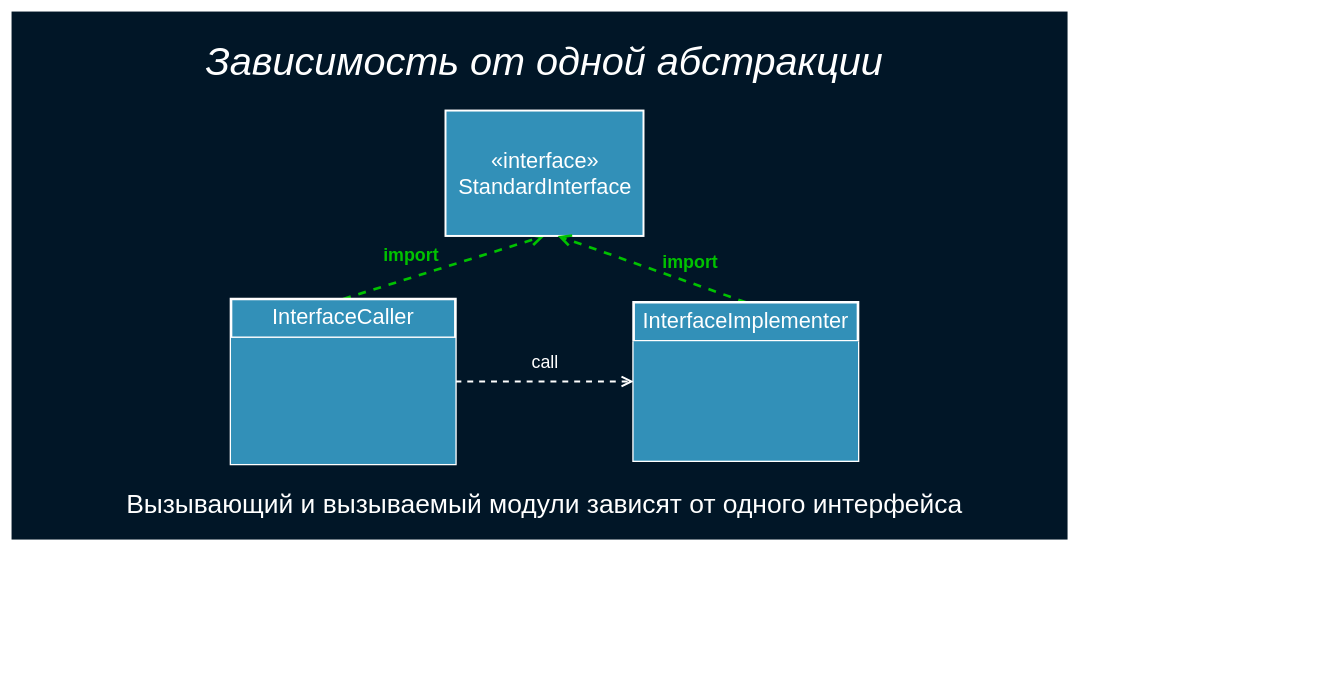
AlexanderLapygin/ca-react-rest-api-starter keeps this draw.io diagram as deck/ru/diagrams/template.drawio. Above is the earlier version. Source tidied: cells renumbered, new cells numbered last; positions are measured from the earlier drawing's top-left corner, leaving out a move shared by most shapes. Both pictures are drawn from the tidied source at 66%, with x=0, y=0 at pixel (11, 11).
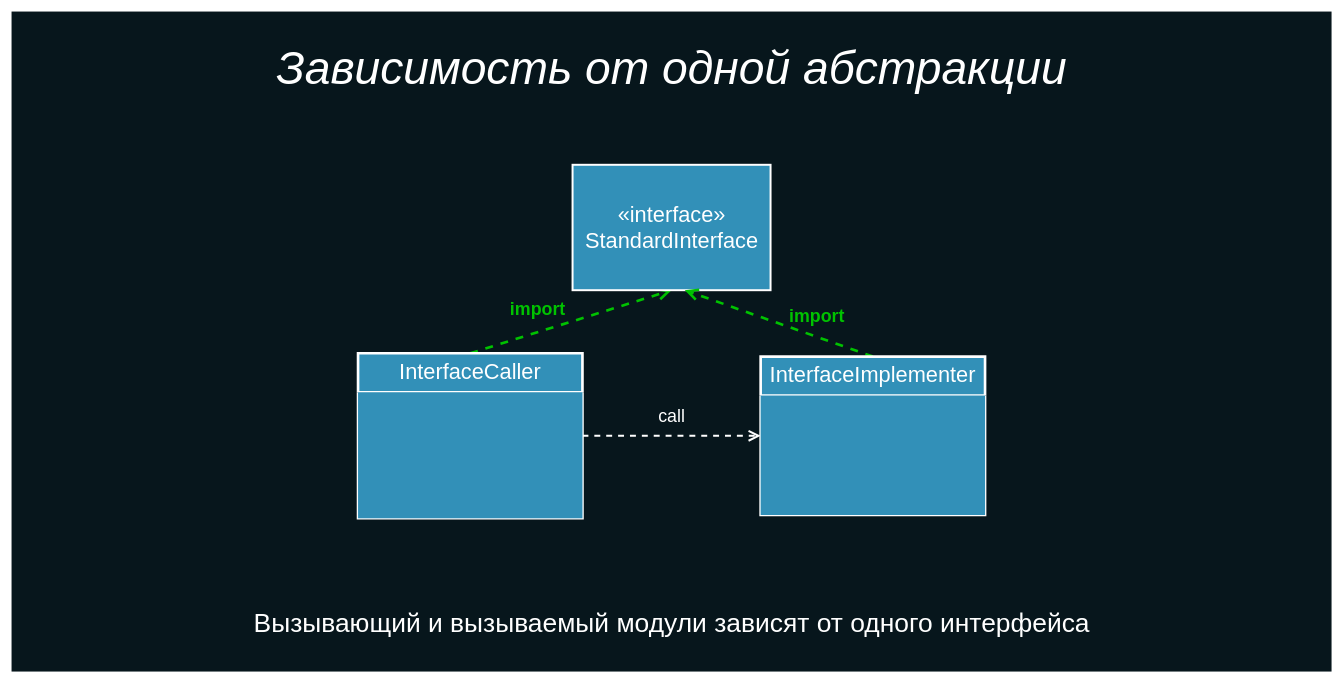
Above is the later version.

What changed in the source:
```diff
@@
 <mxGraphModel background="#ffffff">
   <root>
     <mxCell id="0" />
     <mxCell id="1" parent="0" />
-    <mxCell id="2" style="rounded=0;whiteSpace=wrap;html=1;fillColor=#011627;fontSize=30;fontColor=#FFFFFF;strokeColor=none;" parent="1" vertex="1">
-      <mxGeometry width="1600" height="800" as="geometry" />
+    <mxCell id="2" style="rounded=0;whiteSpace=wrap;html=1;fillColor=#07161C;fontSize=30;fontColor=#FFFFFF;strokeColor=none;" parent="1" vertex="1">
+      <mxGeometry width="2000" height="1000" as="geometry" />
     </mxCell>
-    <mxCell id="3" value="&lt;i&gt;Зависимость от одной абстракции&lt;/i&gt;" style="text;html=1;strokeColor=none;fillColor=none;align=center;verticalAlign=middle;whiteSpace=wrap;rounded=0;fontSize=60;fontColor=#FFFFFF;" parent="1" vertex="1">
-      <mxGeometry x="125.2" y="40" width="1364.5" height="70" as="geometry" />
+    <mxCell id="3" value="&lt;i style=&quot;font-size: 70px;&quot;&gt;Зависимость от одной абстракции&lt;/i&gt;" style="text;html=1;strokeColor=none;fillColor=none;align=center;verticalAlign=middle;whiteSpace=wrap;rounded=0;fontSize=70;fontColor=#FFFFFF;" parent="1" vertex="1">
+      <mxGeometry x="317.7" y="50" width="1364.5" height="70" as="geometry" />
     </mxCell>
     <mxCell id="4" value="call" style="endArrow=open;endSize=12;dashed=1;html=1;labelBackgroundColor=none;strokeColor=#FFFFFF;strokeWidth=3;fontSize=27;fontColor=#FFFFFF;entryX=0;entryY=0.5;entryDx=0;entryDy=0;exitX=1;exitY=0.5;exitDx=0;exitDy=0;" parent="1" edge="1" source="9" target="11">
       <mxGeometry y="30" relative="1" as="geometry" />
     </mxCell>
     <mxCell id="5" value="import" style="endArrow=open;endSize=12;dashed=1;html=1;labelBackgroundColor=none;strokeColor=#00C200;strokeWidth=4;fontSize=27;fontColor=#00C200;entryX=0.5;entryY=1;entryDx=0;entryDy=0;exitX=0.5;exitY=0;exitDx=0;exitDy=0;fontStyle=1;" parent="1" edge="1" source="9" target="6">
       <mxGeometry x="-0.27" y="32" relative="1" as="geometry" />
     </mxCell>
     <mxCell id="6" value="«interface»&lt;br&gt;StandardInterface" style="html=1;labelBackgroundColor=none;strokeColor=#FFFFFF;strokeWidth=3;fillColor=#3290B8;fontSize=33;fontColor=#FFFFFF;labelPosition=center;verticalLabelPosition=middle;align=center;verticalAlign=middle;" parent="1" vertex="1">
-      <mxGeometry x="657.5" y="150" width="300" height="190" as="geometry" />
+      <mxGeometry x="850" y="232.2" width="300" height="190" as="geometry" />
     </mxCell>
     <mxCell id="7" value="import" style="endArrow=open;endSize=12;dashed=1;html=1;labelBackgroundColor=none;strokeColor=#00C200;strokeWidth=4;fontSize=27;fontColor=#00C200;exitX=0.5;exitY=0;exitDx=0;exitDy=0;fontStyle=1;" parent="1" edge="1" source="11">
       <mxGeometry x="-0.34" y="-29" relative="1" as="geometry">
-        <mxPoint x="827.5" y="340" as="targetPoint" />
+        <mxPoint x="1020" y="422.2" as="targetPoint" />
       </mxGeometry>
     </mxCell>
     <mxCell id="8" value="&lt;span&gt;Вызывающий и вызываемый модули зависят от одного интерфейса&lt;/span&gt;" style="text;html=1;strokeColor=none;fillColor=none;align=center;verticalAlign=middle;whiteSpace=wrap;rounded=0;fontSize=40;fontColor=#FFFFFF;fontStyle=0;" parent="1" vertex="1">
-      <mxGeometry x="150" y="710" width="1315" height="70" as="geometry" />
+      <mxGeometry x="342.5" y="890" width="1315" height="70" as="geometry" />
     </mxCell>
     <mxCell id="9" value="InterfaceCaller" style="swimlane;fontStyle=0;align=center;verticalAlign=top;horizontal=1;startSize=59;strokeColor=#FFFFFF;strokeWidth=4;fillColor=#3290B8;fontSize=33;fontColor=#FFFFFF;labelBackgroundColor=none;" parent="1" vertex="1">
-      <mxGeometry x="332.5" y="435.5" width="340" height="250" as="geometry" />
+      <mxGeometry x="525" y="517.8" width="340" height="250" as="geometry" />
     </mxCell>
     <mxCell id="10" style="text;strokeColor=none;fillColor=#3290B8;align=left;verticalAlign=top;spacingLeft=4;spacingRight=4;overflow=hidden;fontColor=#FFFFFF;fontSize=30;labelBackgroundColor=none;" parent="9" vertex="1">
       <mxGeometry y="59" width="340" height="191" as="geometry" />
     </mxCell>
     <mxCell id="11" value="InterfaceImplementer" style="swimlane;fontStyle=0;align=center;verticalAlign=top;horizontal=1;startSize=59;strokeColor=#FFFFFF;strokeWidth=4;fillColor=#3290B8;fontSize=33;fontColor=#FFFFFF;labelBackgroundColor=none;" parent="1" vertex="1">
-      <mxGeometry x="942.5" y="440.5" width="340" height="240" as="geometry" />
+      <mxGeometry x="1135" y="522.8" width="340" height="240" as="geometry" />
     </mxCell>
     <mxCell id="12" style="text;strokeColor=none;fillColor=#3290B8;align=left;verticalAlign=top;spacingLeft=4;spacingRight=4;overflow=hidden;fontColor=#FFFFFF;fontSize=30;labelBackgroundColor=none;" parent="11" vertex="1">
       <mxGeometry y="59" width="340" height="181" as="geometry" />
     </mxCell>
   </root>
 </mxGraphModel>
```
